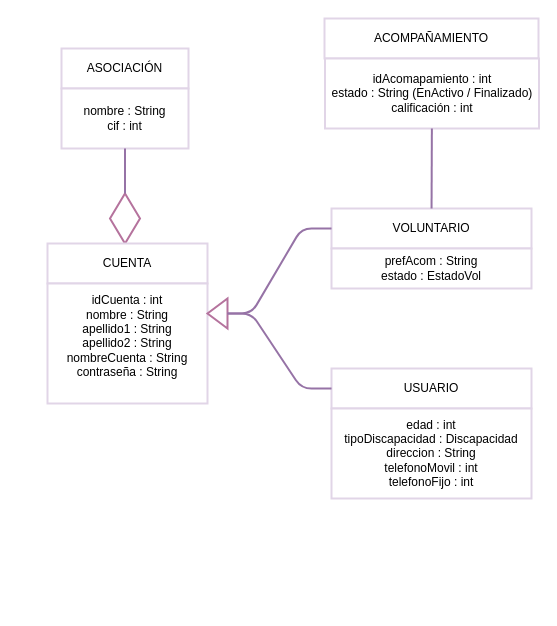
The draw.io diagram Clases.drawio in Millan214/Volunteering-Services, before the edit. Source tidied: cells renumbered, new cells numbered last; positions are measured from the earlier drawing's top-left corner, leaving out a move shared by most shapes. Both pictures are drawn from the tidied source at 100%, with x=0, y=0 at pixel (47, 18).
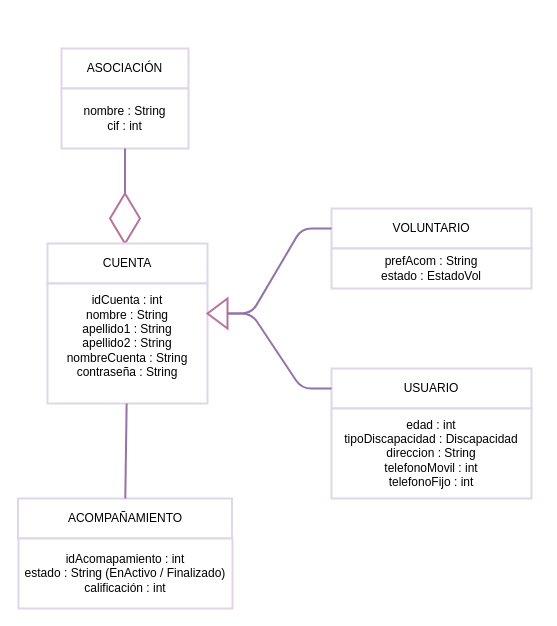
After the change.

The change refers to these unchanged cells:
```xml
<mxCell id="8" value="VOLUNTARIO" style="rounded=0;whiteSpace=wrap;html=1;strokeWidth=2;strokeColor=#E1D5E7;" parent="1" vertex="1">
  <mxGeometry x="284" y="190" width="200" height="40" as="geometry" />
</mxCell>
<mxCell id="11" value="&lt;span style=&quot;white-space: normal&quot;&gt;idCuenta : int&lt;br&gt;nombre : String&lt;/span&gt;&lt;br style=&quot;white-space: normal&quot;&gt;&lt;span style=&quot;white-space: normal&quot;&gt;apellido1 : String&lt;/span&gt;&lt;br style=&quot;white-space: normal&quot;&gt;&lt;span style=&quot;white-space: normal&quot;&gt;apellido2 : String&lt;/span&gt;&lt;br style=&quot;white-space: normal&quot;&gt;&lt;span style=&quot;white-space: normal&quot;&gt;nombreCuenta : String&lt;/span&gt;&lt;br style=&quot;white-space: normal&quot;&gt;&lt;span style=&quot;white-space: normal&quot;&gt;contraseña : String&lt;br&gt;&lt;br&gt;&lt;/span&gt;" style="rounded=0;whiteSpace=wrap;html=1;strokeWidth=2;strokeColor=#E1D5E7;" parent="1" vertex="1">
  <mxGeometry y="265" width="160" height="120" as="geometry" />
</mxCell>
```

The edit, as a diff of the source:
```diff
@@
     <mxCell id="15" value="ACOMPAÑAMIENTO" style="rounded=0;whiteSpace=wrap;html=1;strokeWidth=2;strokeColor=#E1D5E7;" parent="1" vertex="1">
-      <mxGeometry x="277" width="214" height="40" as="geometry" />
+      <mxGeometry x="-29.5" y="480" width="214" height="40" as="geometry" />
     </mxCell>
     <mxCell id="16" value="&lt;span style=&quot;white-space: normal&quot;&gt;idAcomapamiento : int&lt;br&gt;estado : String (EnActivo / Finalizado)&lt;br&gt;calificación : int&lt;br&gt;&lt;/span&gt;" style="rounded=0;whiteSpace=wrap;html=1;strokeWidth=2;strokeColor=#E1D5E7;" parent="1" vertex="1">
-      <mxGeometry x="277.5" y="40" width="214" height="70" as="geometry" />
+      <mxGeometry x="-29" y="520" width="214" height="70" as="geometry" />
     </mxCell>
-    <mxCell id="17" style="endArrow=none;html=1;strokeWidth=2;fillColor=#e1d5e7;strokeColor=#9673a6;" parent="1" edge="1" source="16" target="8">
+    <mxCell id="17" style="endArrow=none;html=1;strokeWidth=2;fillColor=#e1d5e7;strokeColor=#9673a6;" parent="1" edge="1" source="15" target="11">
       <mxGeometry relative="1" as="geometry" />
     </mxCell>
```
